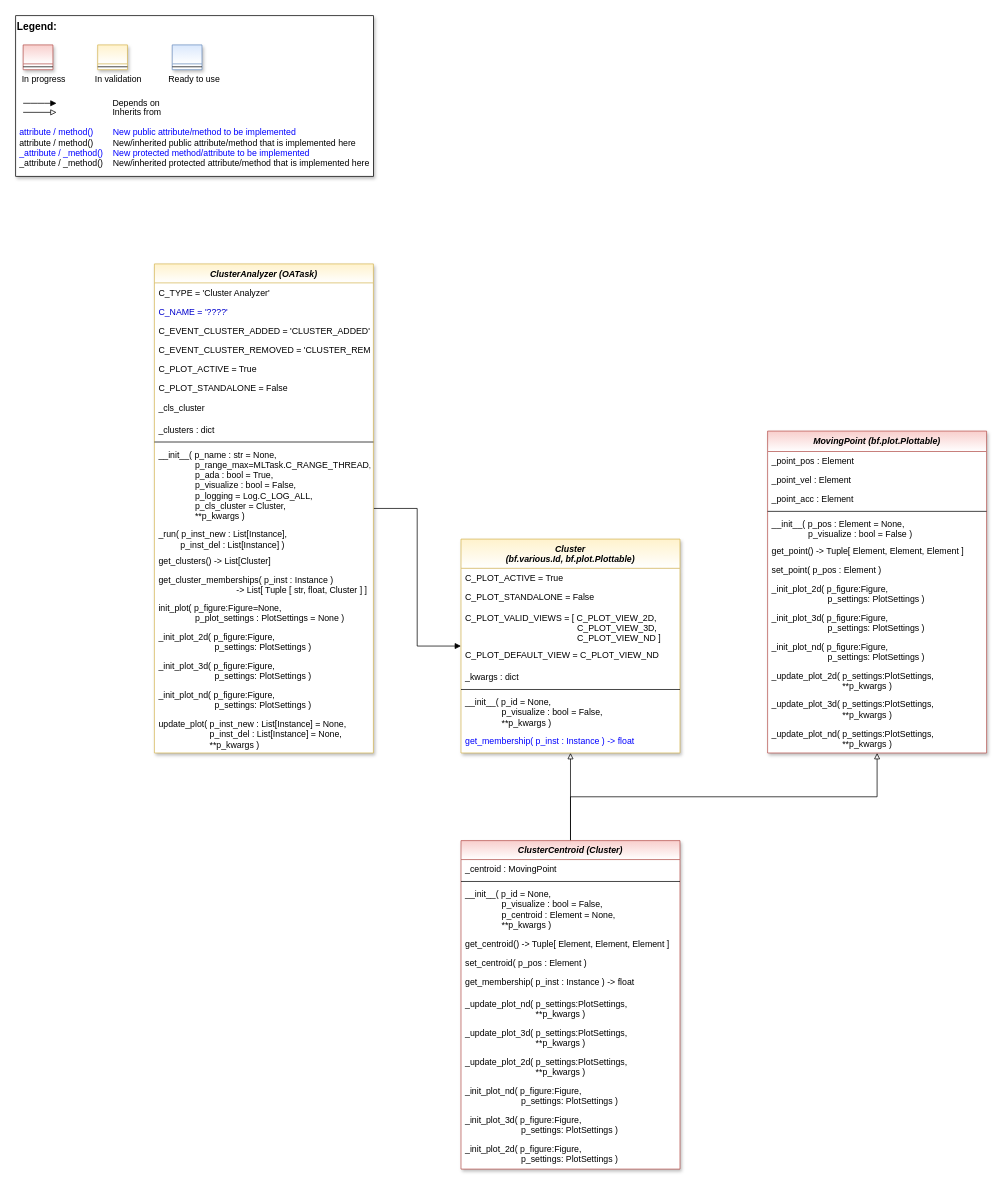
Earlier version of the draw.io diagram doc/rtd/content/04_appendices/appendix2/sub/core/mlpro_oa/streams/tasks/images/MLPro-OA-Cluster_Analyzers_class_diagram.drawio (fhswf/MLPro). Source tidied: cells renumbered, new cells numbered last; positions are measured from the earlier drawing's top-left corner, leaving out a move shared by most shapes. Both pictures are drawn from the tidied source at 73%, with x=0, y=0 at pixel (15, 15).
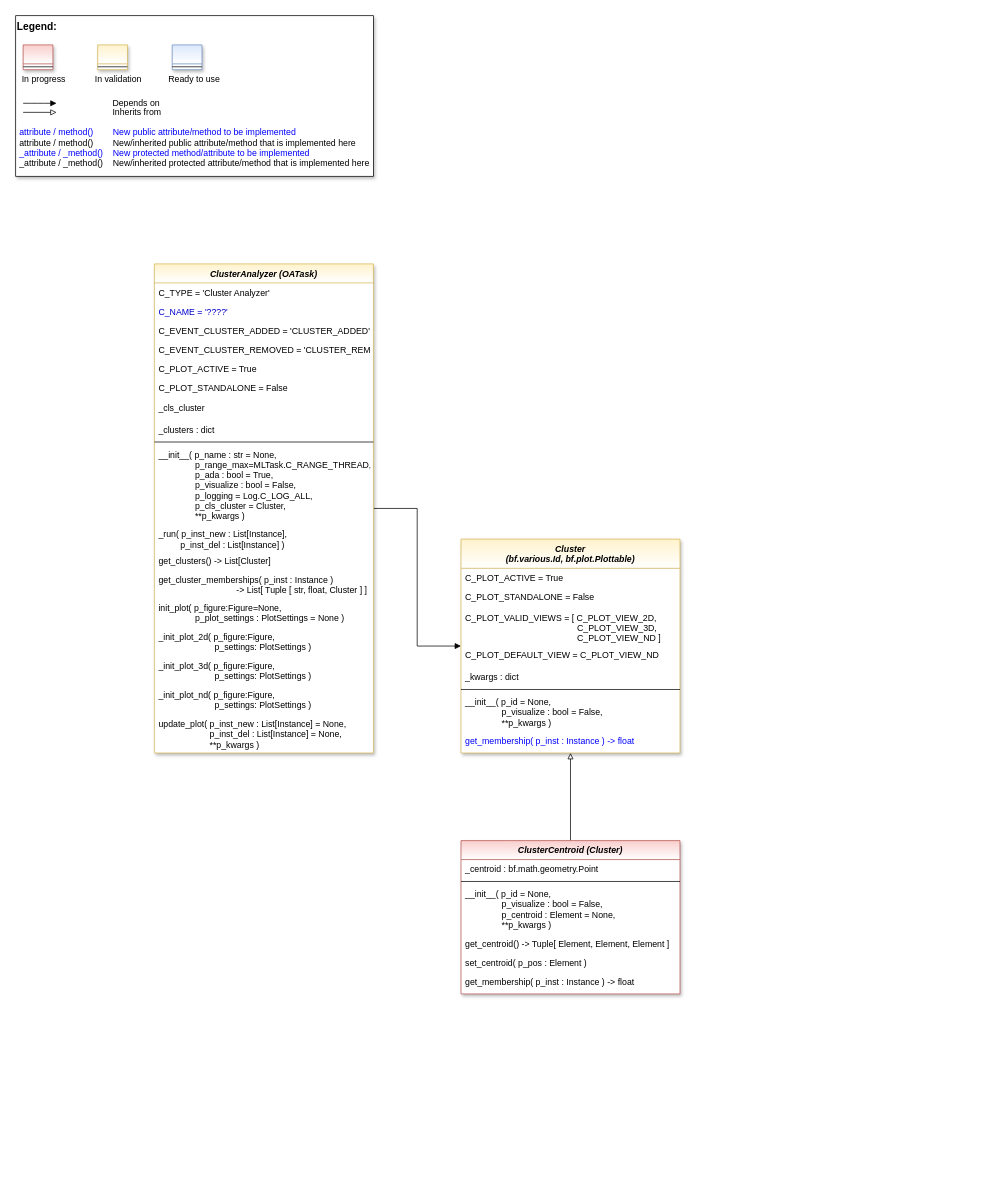
The same page after the edit.

Commit message (it also covers changes not shown here):
OA-Task: Templates for Cluster Analyzers #589

Diff of the diagram source:
```diff
@@
-    <mxCell id="42" style="edgeStyle=orthogonalEdgeStyle;rounded=0;jettySize=auto;html=1;fontColor=default;endArrow=block;endFill=0;" parent="1" edge="1" source="43" target="56">
-      <mxGeometry relative="1" as="geometry">
-        <Array as="points">
-          <mxPoint x="760" y="1070" />
-          <mxPoint x="1180" y="1070" />
-        </Array>
-      </mxGeometry>
-    </mxCell>
     <mxCell id="43" value="ClusterCentroid (Cluster)" style="swimlane;fontStyle=3;align=center;verticalAlign=top;horizontal=1;startSize=26;rounded=0;shadow=1;strokeWidth=1;fillColor=#f8cecc;strokeColor=#b85450;swimlaneFillColor=#ffffff;gradientColor=#ffffff;" parent="1" vertex="1">
-      <mxGeometry x="610" y="1130" width="300" height="450" as="geometry" />
+      <mxGeometry x="610" y="1130" width="300" height="210" as="geometry" />
     </mxCell>
-    <mxCell id="44" value="_centroid : MovingPoint" style="text;align=left;verticalAlign=top;spacingLeft=4;spacingRight=4;overflow=hidden;" parent="43" vertex="1">
+    <mxCell id="44" value="_centroid : bf.math.geometry.Point" style="text;align=left;verticalAlign=top;spacingLeft=4;spacingRight=4;overflow=hidden;" parent="43" vertex="1">
       <mxGeometry y="26" width="300" height="26" as="geometry" />
     </mxCell>
@@
-    <mxCell id="50" value="_update_plot_nd( p_settings:PlotSettings,&#10;                             **p_kwargs )" style="text;align=left;verticalAlign=top;spacingLeft=4;spacingRight=4;overflow=hidden;fontColor=default;" parent="43" vertex="1">
-      <mxGeometry y="210" width="300" height="40" as="geometry" />
-    </mxCell>
-    <mxCell id="51" value="_update_plot_3d( p_settings:PlotSettings,&#10;                             **p_kwargs )" style="text;align=left;verticalAlign=top;spacingLeft=4;spacingRight=4;overflow=hidden;fontColor=default;" parent="43" vertex="1">
-      <mxGeometry y="250" width="300" height="40" as="geometry" />
-    </mxCell>
-    <mxCell id="52" value="_update_plot_2d( p_settings:PlotSettings,&#10;                             **p_kwargs )" style="text;align=left;verticalAlign=top;spacingLeft=4;spacingRight=4;overflow=hidden;fontColor=default;" parent="43" vertex="1">
-      <mxGeometry y="290" width="300" height="39" as="geometry" />
-    </mxCell>
-    <mxCell id="53" value="_init_plot_nd( p_figure:Figure, &#10;                       p_settings: PlotSettings )" style="text;align=left;verticalAlign=top;spacingLeft=4;spacingRight=4;overflow=hidden;fontColor=default;" parent="43" vertex="1">
-      <mxGeometry y="329" width="300" height="40" as="geometry" />
-    </mxCell>
-    <mxCell id="54" value="_init_plot_3d( p_figure:Figure, &#10;                       p_settings: PlotSettings )" style="text;align=left;verticalAlign=top;spacingLeft=4;spacingRight=4;overflow=hidden;fontColor=default;" parent="43" vertex="1">
-      <mxGeometry y="369" width="300" height="40" as="geometry" />
-    </mxCell>
-    <mxCell id="55" value="_init_plot_2d( p_figure:Figure, &#10;                       p_settings: PlotSettings )" style="text;align=left;verticalAlign=top;spacingLeft=4;spacingRight=4;overflow=hidden;fontColor=default;" parent="43" vertex="1">
-      <mxGeometry y="409" width="300" height="39" as="geometry" />
-    </mxCell>
-    <mxCell id="56" value="MovingPoint (bf.plot.Plottable)" style="swimlane;fontStyle=3;align=center;verticalAlign=top;horizontal=1;startSize=28;rounded=0;shadow=1;strokeWidth=1;fillColor=#f8cecc;strokeColor=#b85450;swimlaneFillColor=#ffffff;gradientColor=#ffffff;" parent="1" vertex="1">
-      <mxGeometry x="1030" y="569" width="300" height="441" as="geometry" />
-    </mxCell>
-    <mxCell id="57" value="_point_pos : Element" style="text;align=left;verticalAlign=top;spacingLeft=4;spacingRight=4;overflow=hidden;" parent="56" vertex="1">
-      <mxGeometry y="28" width="300" height="26" as="geometry" />
-    </mxCell>
-    <mxCell id="58" value="_point_vel : Element" style="text;align=left;verticalAlign=top;spacingLeft=4;spacingRight=4;overflow=hidden;" parent="56" vertex="1">
-      <mxGeometry y="54" width="300" height="26" as="geometry" />
-    </mxCell>
-    <mxCell id="59" value="_point_acc : Element" style="text;align=left;verticalAlign=top;spacingLeft=4;spacingRight=4;overflow=hidden;" parent="56" vertex="1">
-      <mxGeometry y="80" width="300" height="26" as="geometry" />
-    </mxCell>
-    <mxCell id="60" style="line;html=1;strokeWidth=1;align=left;verticalAlign=middle;spacingTop=-1;spacingLeft=3;spacingRight=3;labelPosition=right;" parent="56" vertex="1">
-      <mxGeometry y="106" width="300" height="8" as="geometry" />
-    </mxCell>
-    <mxCell id="61" value="__init__( p_pos : Element = None,&#10;               p_visualize : bool = False )" style="text;align=left;verticalAlign=top;spacingLeft=4;spacingRight=4;overflow=hidden;fontColor=default;" parent="56" vertex="1">
-      <mxGeometry y="114" width="300" height="37" as="geometry" />
-    </mxCell>
-    <mxCell id="62" value="get_point() -&gt; Tuple[ Element, Element, Element ]" style="text;align=left;verticalAlign=top;spacingLeft=4;spacingRight=4;overflow=hidden;" parent="56" vertex="1">
-      <mxGeometry y="151" width="300" height="26" as="geometry" />
-    </mxCell>
-    <mxCell id="63" value="set_point( p_pos : Element )" style="text;align=left;verticalAlign=top;spacingLeft=4;spacingRight=4;overflow=hidden;" parent="56" vertex="1">
-      <mxGeometry y="177" width="300" height="26" as="geometry" />
-    </mxCell>
-    <mxCell id="64" value="_init_plot_2d( p_figure:Figure, &#10;                       p_settings: PlotSettings )" style="text;align=left;verticalAlign=top;spacingLeft=4;spacingRight=4;overflow=hidden;fontColor=default;" parent="56" vertex="1">
-      <mxGeometry y="203" width="300" height="39" as="geometry" />
-    </mxCell>
-    <mxCell id="65" value="_init_plot_3d( p_figure:Figure, &#10;                       p_settings: PlotSettings )" style="text;align=left;verticalAlign=top;spacingLeft=4;spacingRight=4;overflow=hidden;fontColor=default;" parent="56" vertex="1">
-      <mxGeometry y="242" width="300" height="40" as="geometry" />
-    </mxCell>
-    <mxCell id="66" value="_init_plot_nd( p_figure:Figure, &#10;                       p_settings: PlotSettings )" style="text;align=left;verticalAlign=top;spacingLeft=4;spacingRight=4;overflow=hidden;fontColor=default;" parent="56" vertex="1">
-      <mxGeometry y="282" width="300" height="40" as="geometry" />
-    </mxCell>
-    <mxCell id="67" value="_update_plot_2d( p_settings:PlotSettings,&#10;                             **p_kwargs )" style="text;align=left;verticalAlign=top;spacingLeft=4;spacingRight=4;overflow=hidden;fontColor=default;" parent="56" vertex="1">
-      <mxGeometry y="322" width="300" height="39" as="geometry" />
-    </mxCell>
-    <mxCell id="68" value="_update_plot_3d( p_settings:PlotSettings,&#10;                             **p_kwargs )" style="text;align=left;verticalAlign=top;spacingLeft=4;spacingRight=4;overflow=hidden;fontColor=default;" parent="56" vertex="1">
-      <mxGeometry y="361" width="300" height="40" as="geometry" />
-    </mxCell>
-    <mxCell id="69" value="_update_plot_nd( p_settings:PlotSettings,&#10;                             **p_kwargs )" style="text;align=left;verticalAlign=top;spacingLeft=4;spacingRight=4;overflow=hidden;fontColor=default;" parent="56" vertex="1">
-      <mxGeometry y="401" width="300" height="40" as="geometry" />
-    </mxCell>
```
